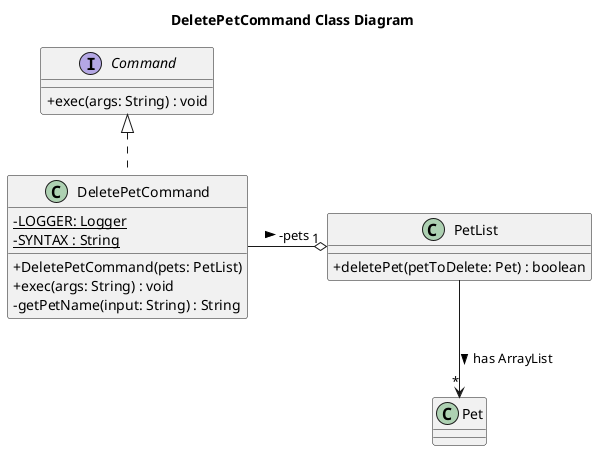
Kevin88866/tp keeps this PlantUML diagram as docs/diagrams/DeletePetCommand_Class_Diagram.png. Above is the earlier version.
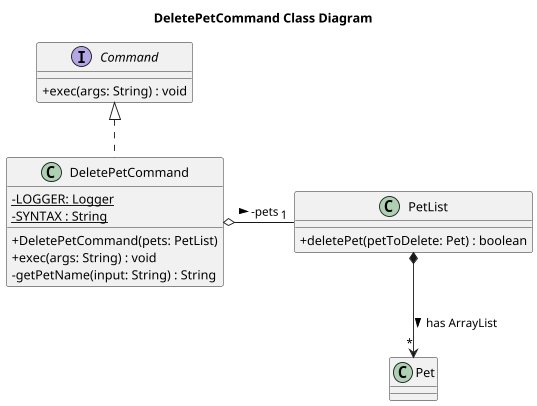
The same file after the commit.

What changed in the source:
```diff
@@ -24,9 +24,9 @@
 
 Command <|.. DeletePetCommand
 
-DeletePetCommand --o "1" PetList : -pets >
+DeletePetCommand o-- "1" PetList : -pets >
 
-PetList --> "*" Pet : has ArrayList >
+PetList *--> "*" Pet : has ArrayList >
 
 
 DeletePetCommand -right[hidden]- PetList
```
